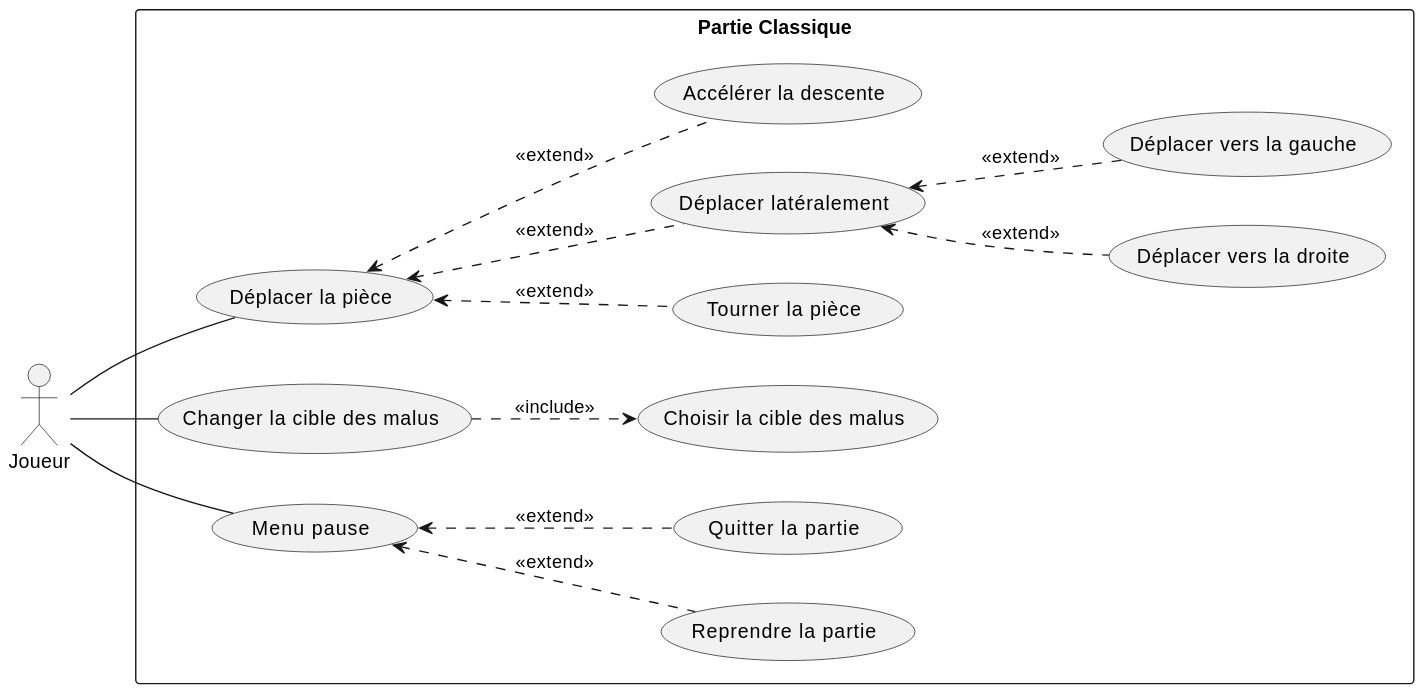
Before: SRD-DOC/uml/usescase/en-jeu/classic.svg, a diagram exported from PlantUML (ulb-info2-group5/Royal-Blocks). The source it was exported from:
```plantuml
@startuml

left to right direction
actor Joueur as player

rectangle "Partie Classique" as game {

    usecase "Déplacer la pièce" as move_piece
    usecase "Tourner la pièce" as rotate_piece
    usecase "Changer la cible des malus" as change_malus_target

    usecase "Choisir la cible des malus" as choose_malus_target


    usecase "Déplacer latéralement" as lateral_movement
    usecase "Accélérer la descente" as increase_descent
    usecase "Déplacer vers la droite" as move_right
    usecase "Déplacer vers la gauche" as move_left

    usecase "Menu pause" as pause_menu
    usecase "Reprendre la partie" as resume_game
    usecase "Quitter la partie" as quit_game
}

player -- move_piece
player -- pause_menu
player -- change_malus_target

(move_piece) <-. (lateral_movement): <<extend>>
(move_piece) <-. (increase_descent): <<extend>>
(move_piece) <-. (rotate_piece): <<extend>>
(lateral_movement) <-. (move_right): <<extend>>
(lateral_movement) <-. (move_left): <<extend>>


(pause_menu) <-. (resume_game): <<extend>>
(pause_menu) <-. (quit_game): <<extend>>

(change_malus_target) .-> (choose_malus_target): <<include>>
@enduml
```
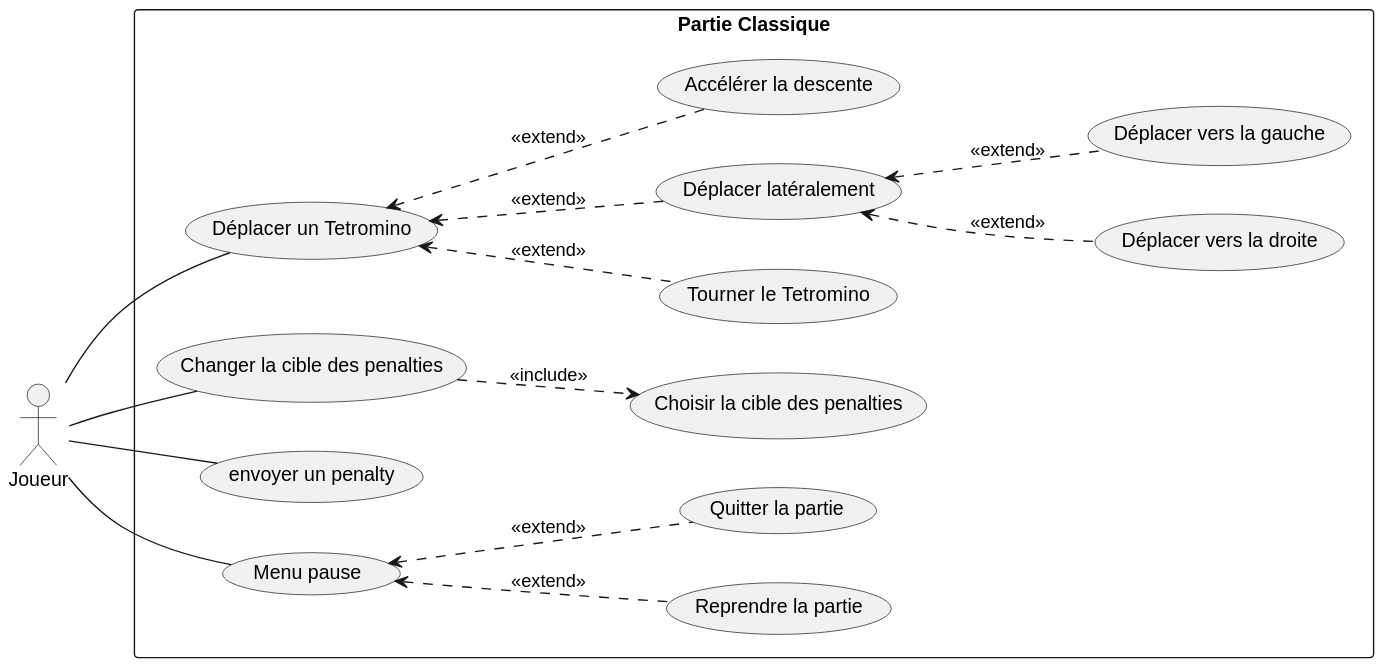
After the change.

The edit, as a diff of the source:
```diff
@@ -5,12 +5,13 @@
 
 rectangle "Partie Classique" as game {
 
-    usecase "Déplacer la pièce" as move_piece
-    usecase "Tourner la pièce" as rotate_piece
-    usecase "Changer la cible des malus" as change_malus_target
+    usecase "Déplacer un Tetromino" as move_piece
+    usecase "Tourner le Tetromino" as rotate_piece
+    usecase "Changer la cible des penalties" as change_malus_target
 
-    usecase "Choisir la cible des malus" as choose_malus_target
+    usecase "Choisir la cible des penalties" as choose_malus_target
 
+    usecase "envoyer un penalty" as throw_penalty
 
     usecase "Déplacer latéralement" as lateral_movement
     usecase "Accélérer la descente" as increase_descent
@@ -24,6 +25,7 @@
 
 player -- move_piece
 player -- pause_menu
+player -- throw_penalty
 player -- change_malus_target
 
 (move_piece) <-. (lateral_movement): <<extend>>
```
